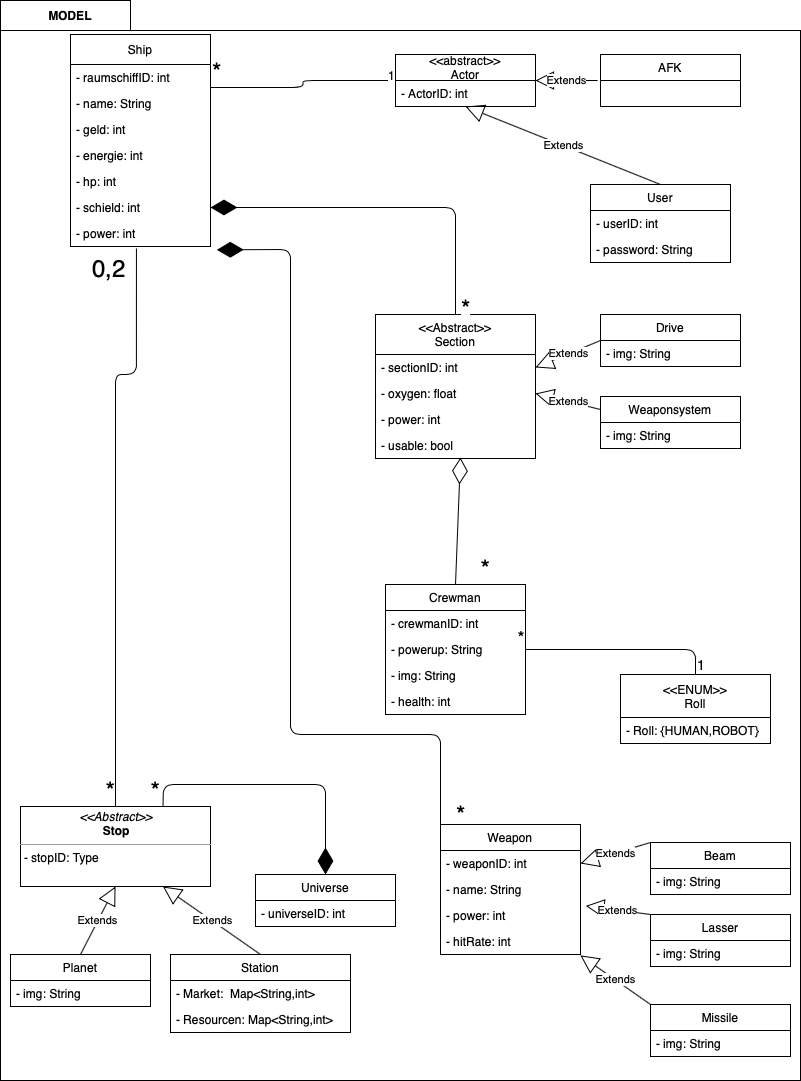
Earlier version of the draw.io export docs/Modulsicht_Quellcode/Model.png (ksreyr/SpaceStudio). Source tidied: cells renumbered, new cells last; positions are measured from the earlier drawing's top-left corner, leaving out a move shared by most shapes.
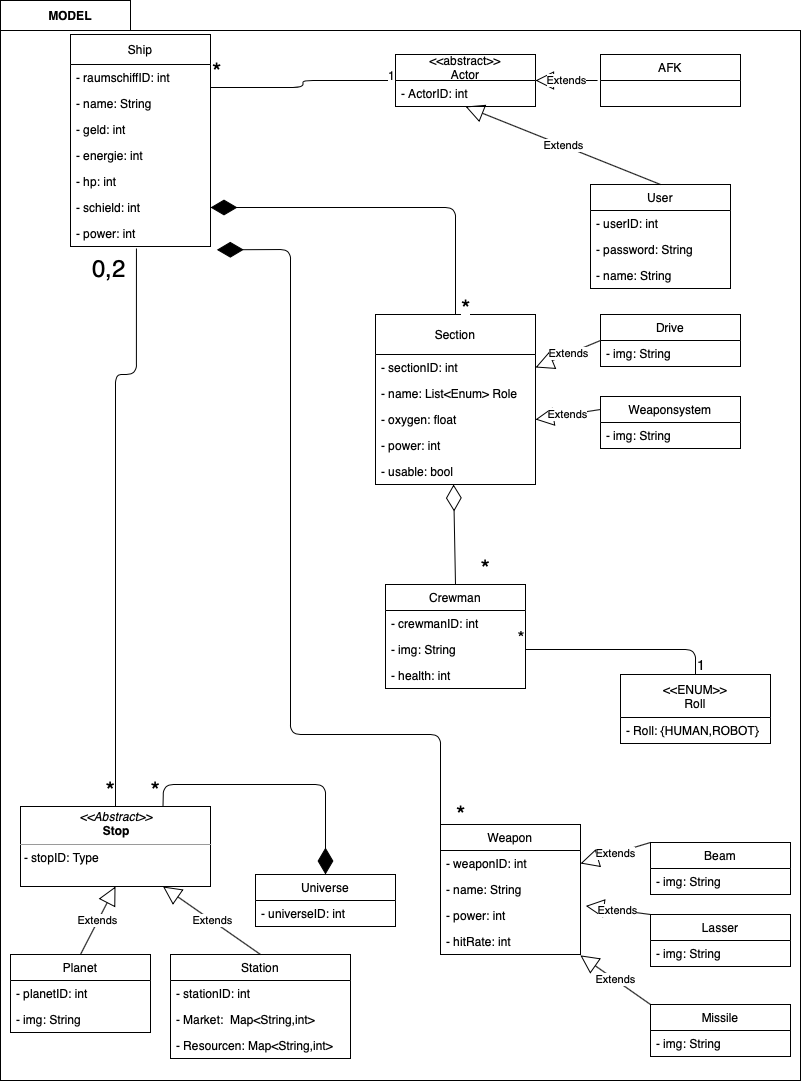
Above is the later version.

Commit message:
model_userName

The edit, as a diff of the source:
```diff
@@ -58,7 +58,7 @@
       <mxGeometry x="600" y="54" width="140" height="52" as="geometry" />
     </mxCell>
     <mxCell id="19" value="User" style="swimlane;fontStyle=0;horizontal=1;startSize=26;fillColor=none;" parent="1" vertex="1">
-      <mxGeometry x="590" y="184" width="140" height="78" as="geometry" />
+      <mxGeometry x="590" y="184" width="140" height="104" as="geometry" />
     </mxCell>
     <mxCell id="20" value="- userID: int" style="text;strokeColor=none;fillColor=none;align=left;verticalAlign=top;spacingLeft=4;spacingRight=4;overflow=hidden;" parent="19" vertex="1">
       <mxGeometry y="26" width="140" height="26" as="geometry" />
@@ -66,6 +66,9 @@
     <mxCell id="21" value="- password: String" style="text;strokeColor=none;fillColor=none;align=left;verticalAlign=top;spacingLeft=4;spacingRight=4;overflow=hidden;" parent="19" vertex="1">
       <mxGeometry y="52" width="140" height="26" as="geometry" />
     </mxCell>
+    <mxCell id="79" value="- name: String" style="text;strokeColor=none;fillColor=none;align=left;verticalAlign=top;spacingLeft=4;spacingRight=4;overflow=hidden;" parent="19" vertex="1">
+      <mxGeometry y="78" width="140" height="26" as="geometry" />
+    </mxCell>
     <mxCell id="22" value="&lt;p style=&quot;margin: 0px ; margin-top: 4px ; text-align: center&quot;&gt;&lt;i&gt;&amp;lt;&amp;lt;Abstract&amp;gt;&amp;gt;&lt;/i&gt;&lt;br&gt;&lt;b&gt;Stop&lt;/b&gt;&lt;/p&gt;&lt;hr size=&quot;1&quot;&gt;&lt;p style=&quot;margin: 0px ; margin-left: 4px&quot;&gt;- stopID: Type&lt;br&gt;&lt;/p&gt;&lt;p style=&quot;margin: 0px ; margin-left: 4px&quot;&gt;&lt;br&gt;&lt;/p&gt;" style="verticalAlign=top;align=left;overflow=fill;fontSize=12;fontFamily=Helvetica;html=1;" parent="1" vertex="1">
       <mxGeometry x="20" y="806" width="190" height="80" as="geometry" />
     </mxCell>
@@ -116,26 +119,32 @@
     <mxCell id="34" value="- img: String" style="text;strokeColor=none;fillColor=none;align=left;verticalAlign=top;spacingLeft=4;spacingRight=4;overflow=hidden;" parent="33" vertex="1">
       <mxGeometry y="26" width="140" height="26" as="geometry" />
     </mxCell>
-    <mxCell id="35" value="&lt;&lt;Abstract&gt;&gt;&#10;Section" style="swimlane;fontStyle=0;horizontal=1;startSize=40;fillColor=none;" parent="1" vertex="1">
-      <mxGeometry x="375" y="314" width="160" height="144" as="geometry" />
+    <mxCell id="35" value="Section" style="swimlane;fontStyle=0;horizontal=1;startSize=40;fillColor=none;" parent="1" vertex="1">
+      <mxGeometry x="375" y="314" width="160" height="170" as="geometry" />
     </mxCell>
     <mxCell id="36" value="- sectionID: int" style="text;strokeColor=none;fillColor=none;align=left;verticalAlign=top;spacingLeft=4;spacingRight=4;overflow=hidden;points=[[0,0.5],[1,0.5]];portConstraint=eastwest;" parent="35" vertex="1">
       <mxGeometry y="40" width="160" height="26" as="geometry" />
     </mxCell>
+    <mxCell id="80" value="- name: List&lt;Enum&gt; Role" style="text;strokeColor=none;fillColor=none;align=left;verticalAlign=top;spacingLeft=4;spacingRight=4;overflow=hidden;" parent="35" vertex="1">
+      <mxGeometry y="66" width="160" height="26" as="geometry" />
+    </mxCell>
     <mxCell id="37" value="- oxygen: float" style="text;strokeColor=none;fillColor=none;align=left;verticalAlign=top;spacingLeft=4;spacingRight=4;overflow=hidden;points=[[0,0.5],[1,0.5]];portConstraint=eastwest;" parent="35" vertex="1">
-      <mxGeometry y="66" width="160" height="26" as="geometry" />
+      <mxGeometry y="92" width="160" height="26" as="geometry" />
     </mxCell>
     <mxCell id="38" value="- power: int" style="text;strokeColor=none;fillColor=none;align=left;verticalAlign=top;spacingLeft=4;spacingRight=4;overflow=hidden;" parent="35" vertex="1">
-      <mxGeometry y="92" width="160" height="26" as="geometry" />
+      <mxGeometry y="118" width="160" height="26" as="geometry" />
     </mxCell>
     <mxCell id="39" value="- usable: bool" style="text;strokeColor=none;fillColor=none;align=left;verticalAlign=top;spacingLeft=4;spacingRight=4;overflow=hidden;points=[[0,0.5],[1,0.5]];portConstraint=eastwest;" parent="35" vertex="1">
-      <mxGeometry y="118" width="160" height="26" as="geometry" />
+      <mxGeometry y="144" width="160" height="26" as="geometry" />
     </mxCell>
     <mxCell id="40" value="Planet" style="swimlane;fontStyle=0;horizontal=1;startSize=26;fillColor=none;" parent="1" vertex="1">
-      <mxGeometry x="10" y="954" width="140" height="52" as="geometry" />
+      <mxGeometry x="10" y="954" width="140" height="78" as="geometry" />
     </mxCell>
+    <mxCell id="81" value="- planetID: int" style="text;strokeColor=none;fillColor=none;align=left;verticalAlign=top;spacingLeft=4;spacingRight=4;overflow=hidden;" parent="40" vertex="1">
+      <mxGeometry y="26" width="140" height="26" as="geometry" />
+    </mxCell>
     <mxCell id="41" value="- img: String" style="text;strokeColor=none;fillColor=none;align=left;verticalAlign=top;spacingLeft=4;spacingRight=4;overflow=hidden;" parent="40" vertex="1">
-      <mxGeometry y="26" width="140" height="26" as="geometry" />
+      <mxGeometry y="52" width="140" height="26" as="geometry" />
     </mxCell>
     <mxCell id="42" style="endArrow=diamondThin;endFill=1;endSize=24;html=1;exitX=0;exitY=0.5;exitDx=0;exitDy=0;entryX=1.045;entryY=1.128;entryDx=0;entryDy=0;entryPerimeter=0;" parent="1" edge="1" source="62" target="15">
       <mxGeometry relative="1" as="geometry">
@@ -180,16 +189,20 @@
       <mxGeometry x="160" y="806" as="geometry" />
     </mxCell>
     <mxCell id="51" value="Station" style="swimlane;fontStyle=0;horizontal=1;startSize=26;fillColor=none;" parent="1" vertex="1">
-      <mxGeometry x="170" y="954" width="180" height="78" as="geometry" />
+      <mxGeometry x="170" y="954" width="180" height="104" as="geometry" />
     </mxCell>
+    <mxCell id="82" value="- stationID: int" style="text;strokeColor=none;fillColor=none;align=left;verticalAlign=top;spacingLeft=4;spacingRight=4;overflow=hidden;" parent="51" vertex="1">
+      <mxGeometry y="26" width="180" height="26" as="geometry" />
+    </mxCell>
     <mxCell id="52" value="- Market:  Map&lt;String,int&gt;" style="text;strokeColor=none;fillColor=none;align=left;verticalAlign=top;spacingLeft=4;spacingRight=4;overflow=hidden;" parent="51" vertex="1">
-      <mxGeometry y="26" width="180" height="26" as="geometry" />
+      <mxGeometry y="52" width="180" height="26" as="geometry" />
     </mxCell>
     <mxCell id="53" value="- Resourcen: Map&lt;String,int&gt; " style="text;strokeColor=none;fillColor=none;align=left;verticalAlign=top;spacingLeft=4;spacingRight=4;overflow=hidden;" parent="51" vertex="1">
-      <mxGeometry y="52" width="180" height="26" as="geometry" />
+      <mxGeometry y="78" width="180" height="26" as="geometry" />
     </mxCell>
-    <mxCell id="54" style="endArrow=none;html=1;edgeStyle=orthogonalEdgeStyle;entryX=1;entryY=0.5;entryDx=0;entryDy=0;exitX=0.5;exitY=0;exitDx=0;exitDy=0;" parent="1" edge="1" source="72" target="76">
+    <mxCell id="54" style="endArrow=none;html=1;edgeStyle=orthogonalEdgeStyle;entryX=1;entryY=0.5;entryDx=0;entryDy=0;exitX=0.5;exitY=0;exitDx=0;exitDy=0;" parent="1" edge="1" source="72">
       <mxGeometry relative="1" as="geometry">
+        <mxPoint x="525" y="649" as="targetPoint" />
         <Array as="points">
           <mxPoint x="695" y="649" />
         </Array>
@@ -243,7 +256,7 @@
     <mxCell id="70" value="- img: String&#10;" style="text;strokeColor=none;fillColor=none;align=left;verticalAlign=top;spacingLeft=4;spacingRight=4;overflow=hidden;" parent="69" vertex="1">
       <mxGeometry y="26" width="140" height="26" as="geometry" />
     </mxCell>
-    <mxCell id="71" style="endArrow=diamondThin;endFill=0;endSize=24;html=1;exitX=0.5;exitY=0;exitDx=0;exitDy=0;entryX=0.531;entryY=0.962;entryDx=0;entryDy=0;entryPerimeter=0;" parent="1" edge="1" source="74" target="39">
+    <mxCell id="71" style="endArrow=diamondThin;endFill=0;endSize=24;html=1;exitX=0.5;exitY=0;exitDx=0;exitDy=0;entryX=0.488;entryY=1;entryDx=0;entryDy=0;entryPerimeter=0;" parent="1" edge="1" source="74" target="39">
       <mxGeometry relative="1" as="geometry" />
     </mxCell>
     <mxCell id="72" value="&lt;&lt;ENUM&gt;&gt;&#10;Roll" style="swimlane;fontStyle=0;horizontal=1;startSize=43;fillColor=none;" parent="1" vertex="1">
@@ -253,19 +266,16 @@
       <mxGeometry y="43" width="150" height="26" as="geometry" />
     </mxCell>
     <mxCell id="74" value="Crewman" style="swimlane;fontStyle=0;horizontal=1;startSize=26;fillColor=none;" parent="1" vertex="1">
-      <mxGeometry x="385" y="584" width="140" height="130" as="geometry" />
+      <mxGeometry x="385" y="584" width="140" height="104" as="geometry" />
     </mxCell>
     <mxCell id="75" value="- crewmanID: int" style="text;strokeColor=none;fillColor=none;align=left;verticalAlign=top;spacingLeft=4;spacingRight=4;overflow=hidden;" parent="74" vertex="1">
       <mxGeometry y="26" width="140" height="26" as="geometry" />
     </mxCell>
-    <mxCell id="76" value="- powerup: String" style="text;strokeColor=none;fillColor=none;align=left;verticalAlign=top;spacingLeft=4;spacingRight=4;overflow=hidden;points=[[0,0.5],[1,0.5]];portConstraint=eastwest;" parent="74" vertex="1">
-      <mxGeometry y="52" width="140" height="26" as="geometry" />
-    </mxCell>
     <mxCell id="77" value="- img: String" style="text;strokeColor=none;fillColor=none;align=left;verticalAlign=top;spacingLeft=4;spacingRight=4;overflow=hidden;" parent="74" vertex="1">
-      <mxGeometry y="78" width="140" height="26" as="geometry" />
+      <mxGeometry y="52" width="140" height="26" as="geometry" />
     </mxCell>
     <mxCell id="78" value="- health: int" style="text;strokeColor=none;fillColor=none;align=left;verticalAlign=top;spacingLeft=4;spacingRight=4;overflow=hidden;" parent="74" vertex="1">
-      <mxGeometry y="104" width="140" height="26" as="geometry" />
+      <mxGeometry y="78" width="140" height="26" as="geometry" />
     </mxCell>
   </root>
 </mxGraphModel>
```
